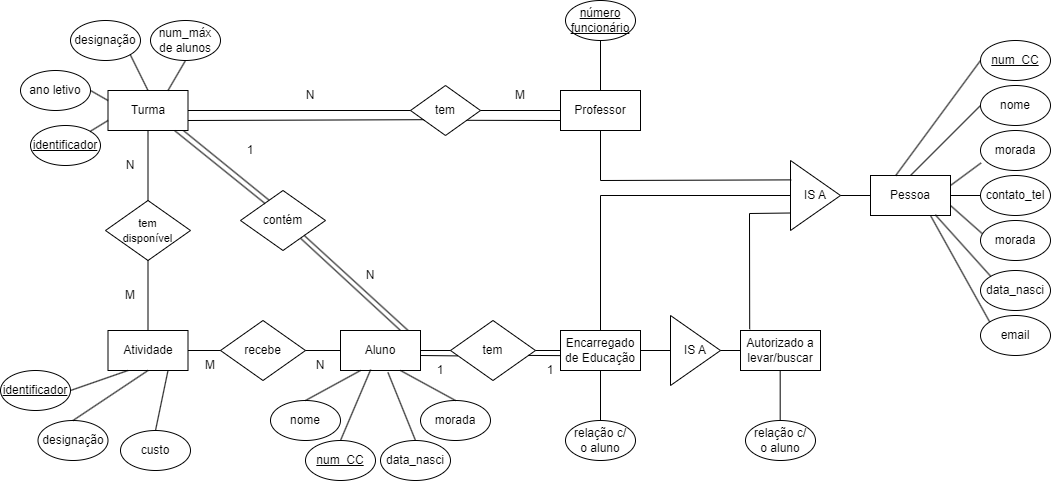
This is ex_2_4a.png from rtavares018/BD, a draw.io export, as it was before one commit. Source tidied: cells renumbered, new cells last; positions are measured from the earlier drawing's top-left corner, leaving out a move shared by most shapes. Source of this version:
```xml
<mxGraphModel>
  <root>
    <mxCell id="0" />
    <mxCell id="1" parent="0" />
    <mxCell id="2" value="Professor&lt;span style=&quot;white-space: pre;&quot;&gt;&#9;&lt;/span&gt;" style="rounded=0;whiteSpace=wrap;html=1;" parent="1" vertex="1">
      <mxGeometry x="560" y="90" width="80" height="40" as="geometry" />
    </mxCell>
    <mxCell id="3" value="Turma" style="rounded=0;whiteSpace=wrap;html=1;" parent="1" vertex="1">
      <mxGeometry x="107.5" y="90" width="80" height="40" as="geometry" />
    </mxCell>
    <mxCell id="4" value="tem" style="rhombus;whiteSpace=wrap;html=1;" parent="1" vertex="1">
      <mxGeometry x="410" y="85" width="70" height="50" as="geometry" />
    </mxCell>
    <mxCell id="5" style="endArrow=none;html=1;rounded=0;exitX=1;exitY=0.5;exitDx=0;exitDy=0;entryX=0;entryY=0.5;entryDx=0;entryDy=0;" parent="1" edge="1" source="3" target="4">
      <mxGeometry relative="1" as="geometry" />
    </mxCell>
    <mxCell id="6" style="endArrow=none;html=1;rounded=0;exitX=1;exitY=0.5;exitDx=0;exitDy=0;entryX=0;entryY=0.5;entryDx=0;entryDy=0;" parent="1" edge="1" source="4" target="2">
      <mxGeometry relative="1" as="geometry" />
    </mxCell>
    <mxCell id="7" value="N" style="text;html=1;align=center;verticalAlign=middle;whiteSpace=wrap;rounded=0;" parent="1" vertex="1">
      <mxGeometry x="280" y="80" width="60" height="30" as="geometry" />
    </mxCell>
    <mxCell id="8" value="M" style="text;html=1;align=center;verticalAlign=middle;whiteSpace=wrap;rounded=0;" parent="1" vertex="1">
      <mxGeometry x="490" y="80" width="60" height="30" as="geometry" />
    </mxCell>
    <mxCell id="9" style="endArrow=none;html=1;rounded=0;exitX=0.812;exitY=0.696;exitDx=0;exitDy=0;exitPerimeter=0;entryX=0;entryY=0.75;entryDx=0;entryDy=0;" parent="1" edge="1" source="4" target="2">
      <mxGeometry relative="1" as="geometry" />
    </mxCell>
    <mxCell id="10" value="Atividade" style="rounded=0;whiteSpace=wrap;html=1;" parent="1" vertex="1">
      <mxGeometry x="107.5" y="330" width="80" height="40" as="geometry" />
    </mxCell>
    <mxCell id="11" value="&lt;font style=&quot;font-size: 11px;&quot;&gt;tem &lt;br&gt;disponível&lt;/font&gt;" style="rhombus;whiteSpace=wrap;html=1;" parent="1" vertex="1">
      <mxGeometry x="105" y="200" width="85" height="60" as="geometry" />
    </mxCell>
    <mxCell id="12" style="endArrow=none;html=1;rounded=0;entryX=0.5;entryY=1;entryDx=0;entryDy=0;exitX=0.5;exitY=0;exitDx=0;exitDy=0;" parent="1" edge="1" source="11" target="3">
      <mxGeometry relative="1" as="geometry" />
    </mxCell>
    <mxCell id="13" style="endArrow=none;html=1;rounded=0;entryX=0.5;entryY=1;entryDx=0;entryDy=0;exitX=0.5;exitY=0;exitDx=0;exitDy=0;" parent="1" edge="1" source="10" target="11">
      <mxGeometry relative="1" as="geometry" />
    </mxCell>
    <mxCell id="14" value="Encarregado&lt;br&gt;de Educação" style="rounded=0;whiteSpace=wrap;html=1;" parent="1" vertex="1">
      <mxGeometry x="560" y="330" width="80" height="40" as="geometry" />
    </mxCell>
    <mxCell id="15" value="N" style="text;html=1;align=center;verticalAlign=middle;whiteSpace=wrap;rounded=0;" parent="1" vertex="1">
      <mxGeometry x="100" y="150" width="60" height="30" as="geometry" />
    </mxCell>
    <mxCell id="16" value="M" style="text;html=1;align=center;verticalAlign=middle;whiteSpace=wrap;rounded=0;" parent="1" vertex="1">
      <mxGeometry x="100" y="280" width="60" height="30" as="geometry" />
    </mxCell>
    <mxCell id="17" value="1" style="text;html=1;align=center;verticalAlign=middle;whiteSpace=wrap;rounded=0;" parent="1" vertex="1">
      <mxGeometry x="220" y="135" width="60" height="30" as="geometry" />
    </mxCell>
    <mxCell id="18" value="Aluno" style="rounded=0;whiteSpace=wrap;html=1;" parent="1" vertex="1">
      <mxGeometry x="340" y="330" width="80" height="40" as="geometry" />
    </mxCell>
    <mxCell id="19" value="recebe" style="rhombus;whiteSpace=wrap;html=1;" parent="1" vertex="1">
      <mxGeometry x="220" y="320" width="85" height="60" as="geometry" />
    </mxCell>
    <mxCell id="20" style="endArrow=none;html=1;rounded=0;exitX=1;exitY=0.5;exitDx=0;exitDy=0;entryX=0;entryY=0.5;entryDx=0;entryDy=0;" parent="1" edge="1" source="10" target="19">
      <mxGeometry relative="1" as="geometry" />
    </mxCell>
    <mxCell id="21" style="endArrow=none;html=1;rounded=0;exitX=1;exitY=0.5;exitDx=0;exitDy=0;entryX=0;entryY=0.5;entryDx=0;entryDy=0;" parent="1" edge="1" source="19" target="18">
      <mxGeometry relative="1" as="geometry" />
    </mxCell>
    <mxCell id="22" value="contém" style="rhombus;whiteSpace=wrap;html=1;" parent="1" vertex="1">
      <mxGeometry x="240" y="190" width="85" height="60" as="geometry" />
    </mxCell>
    <mxCell id="23" style="endArrow=none;html=1;rounded=0;exitX=0.947;exitY=1.008;exitDx=0;exitDy=0;exitPerimeter=0;entryX=0.338;entryY=0.163;entryDx=0;entryDy=0;entryPerimeter=0;" parent="1" edge="1" source="3" target="22">
      <mxGeometry relative="1" as="geometry" />
    </mxCell>
    <mxCell id="24" style="endArrow=none;html=1;rounded=0;exitX=1;exitY=1;exitDx=0;exitDy=0;entryX=0.84;entryY=-0.01;entryDx=0;entryDy=0;entryPerimeter=0;" parent="1" edge="1" source="22" target="18">
      <mxGeometry relative="1" as="geometry" />
    </mxCell>
    <mxCell id="25" value="M" style="text;html=1;align=center;verticalAlign=middle;whiteSpace=wrap;rounded=0;" parent="1" vertex="1">
      <mxGeometry x="180" y="350" width="60" height="30" as="geometry" />
    </mxCell>
    <mxCell id="26" value="N" style="text;html=1;align=center;verticalAlign=middle;whiteSpace=wrap;rounded=0;" parent="1" vertex="1">
      <mxGeometry x="290" y="350" width="60" height="30" as="geometry" />
    </mxCell>
    <mxCell id="27" value="tem" style="rhombus;whiteSpace=wrap;html=1;" parent="1" vertex="1">
      <mxGeometry x="450" y="320" width="85" height="60" as="geometry" />
    </mxCell>
    <mxCell id="28" style="endArrow=none;html=1;rounded=0;exitX=1;exitY=0.5;exitDx=0;exitDy=0;entryX=0;entryY=0.5;entryDx=0;entryDy=0;" parent="1" edge="1" source="18" target="27">
      <mxGeometry relative="1" as="geometry" />
    </mxCell>
    <mxCell id="29" style="endArrow=none;html=1;rounded=0;exitX=1;exitY=0.5;exitDx=0;exitDy=0;entryX=0;entryY=0.5;entryDx=0;entryDy=0;" parent="1" edge="1" source="27" target="14">
      <mxGeometry relative="1" as="geometry" />
    </mxCell>
    <mxCell id="30" value="Autorizado a levar/buscar" style="rounded=0;whiteSpace=wrap;html=1;" parent="1" vertex="1">
      <mxGeometry x="740" y="330" width="80" height="40" as="geometry" />
    </mxCell>
    <mxCell id="31" value="IS A" style="triangle;whiteSpace=wrap;html=1;" parent="1" vertex="1">
      <mxGeometry x="670" y="315" width="50" height="70" as="geometry" />
    </mxCell>
    <mxCell id="32" style="endArrow=none;html=1;rounded=0;exitX=1;exitY=0.5;exitDx=0;exitDy=0;entryX=0;entryY=0.5;entryDx=0;entryDy=0;" parent="1" edge="1" source="14" target="31">
      <mxGeometry relative="1" as="geometry" />
    </mxCell>
    <mxCell id="33" style="endArrow=none;html=1;rounded=0;exitX=1;exitY=0.5;exitDx=0;exitDy=0;entryX=0;entryY=0.5;entryDx=0;entryDy=0;" parent="1" edge="1" source="31" target="30">
      <mxGeometry relative="1" as="geometry" />
    </mxCell>
    <mxCell id="34" value="IS A" style="triangle;whiteSpace=wrap;html=1;" parent="1" vertex="1">
      <mxGeometry x="790" y="160" width="50" height="70" as="geometry" />
    </mxCell>
    <mxCell id="35" value="Pessoa" style="rounded=0;whiteSpace=wrap;html=1;" parent="1" vertex="1">
      <mxGeometry x="870" y="175" width="80" height="40" as="geometry" />
    </mxCell>
    <mxCell id="36" style="endArrow=none;html=1;rounded=0;entryX=0;entryY=0.5;entryDx=0;entryDy=0;exitX=1;exitY=0.5;exitDx=0;exitDy=0;" parent="1" edge="1" source="34" target="35">
      <mxGeometry relative="1" as="geometry" />
    </mxCell>
    <mxCell id="37" style="endArrow=none;html=1;rounded=0;entryX=0.5;entryY=1;entryDx=0;entryDy=0;exitX=0.014;exitY=0.277;exitDx=0;exitDy=0;exitPerimeter=0;" parent="1" edge="1" source="34" target="2">
      <mxGeometry relative="1" as="geometry">
        <Array as="points">
          <mxPoint x="600" y="180" />
        </Array>
      </mxGeometry>
    </mxCell>
    <mxCell id="38" style="endArrow=none;html=1;rounded=0;exitX=0.5;exitY=0;exitDx=0;exitDy=0;entryX=0;entryY=0.5;entryDx=0;entryDy=0;" parent="1" edge="1" source="14" target="34">
      <mxGeometry relative="1" as="geometry">
        <Array as="points">
          <mxPoint x="600" y="195" />
        </Array>
      </mxGeometry>
    </mxCell>
    <mxCell id="39" style="endArrow=none;html=1;rounded=0;exitX=0.115;exitY=-0.032;exitDx=0;exitDy=0;exitPerimeter=0;entryX=0;entryY=0.75;entryDx=0;entryDy=0;" parent="1" edge="1" source="30" target="34">
      <mxGeometry relative="1" as="geometry">
        <Array as="points">
          <mxPoint x="749" y="213" />
        </Array>
      </mxGeometry>
    </mxCell>
    <mxCell id="40" value="1" style="text;html=1;align=center;verticalAlign=middle;whiteSpace=wrap;rounded=0;" parent="1" vertex="1">
      <mxGeometry x="520" y="355" width="60" height="30" as="geometry" />
    </mxCell>
    <mxCell id="41" value="1" style="text;html=1;align=center;verticalAlign=middle;whiteSpace=wrap;rounded=0;" parent="1" vertex="1">
      <mxGeometry x="410" y="355" width="60" height="30" as="geometry" />
    </mxCell>
    <mxCell id="42" value="N" style="text;html=1;align=center;verticalAlign=middle;whiteSpace=wrap;rounded=0;" parent="1" vertex="1">
      <mxGeometry x="340" y="260" width="60" height="30" as="geometry" />
    </mxCell>
    <mxCell id="43" value="&lt;u&gt;num_CC&lt;/u&gt;" style="ellipse;whiteSpace=wrap;html=1;" parent="1" vertex="1">
      <mxGeometry x="980" y="40" width="70" height="40" as="geometry" />
    </mxCell>
    <mxCell id="44" value="nome" style="ellipse;whiteSpace=wrap;html=1;" parent="1" vertex="1">
      <mxGeometry x="980" y="85" width="70" height="40" as="geometry" />
    </mxCell>
    <mxCell id="45" value="morada" style="ellipse;whiteSpace=wrap;html=1;" parent="1" vertex="1">
      <mxGeometry x="980" y="130" width="70" height="40" as="geometry" />
    </mxCell>
    <mxCell id="46" value="contato_tel" style="ellipse;whiteSpace=wrap;html=1;" parent="1" vertex="1">
      <mxGeometry x="980" y="175" width="70" height="40" as="geometry" />
    </mxCell>
    <mxCell id="47" value="data_nasci" style="ellipse;whiteSpace=wrap;html=1;" parent="1" vertex="1">
      <mxGeometry x="980" y="270" width="70" height="40" as="geometry" />
    </mxCell>
    <mxCell id="48" value="morada" style="ellipse;whiteSpace=wrap;html=1;" parent="1" vertex="1">
      <mxGeometry x="980" y="220" width="70" height="40" as="geometry" />
    </mxCell>
    <mxCell id="49" value="email" style="ellipse;whiteSpace=wrap;html=1;" parent="1" vertex="1">
      <mxGeometry x="980" y="315" width="70" height="40" as="geometry" />
    </mxCell>
    <mxCell id="50" style="endArrow=none;html=1;rounded=0;entryX=0;entryY=0.5;entryDx=0;entryDy=0;exitX=0.314;exitY=0.004;exitDx=0;exitDy=0;exitPerimeter=0;" parent="1" edge="1" source="35" target="43">
      <mxGeometry relative="1" as="geometry" />
    </mxCell>
    <mxCell id="51" style="endArrow=none;html=1;rounded=0;entryX=0;entryY=0.5;entryDx=0;entryDy=0;exitX=0.5;exitY=0;exitDx=0;exitDy=0;" parent="1" edge="1" source="35" target="44">
      <mxGeometry relative="1" as="geometry" />
    </mxCell>
    <mxCell id="52" style="endArrow=none;html=1;rounded=0;entryX=0.008;entryY=0.811;entryDx=0;entryDy=0;exitX=1;exitY=0.25;exitDx=0;exitDy=0;entryPerimeter=0;" parent="1" edge="1" source="35" target="45">
      <mxGeometry relative="1" as="geometry" />
    </mxCell>
    <mxCell id="53" style="endArrow=none;html=1;rounded=0;entryX=0;entryY=0.5;entryDx=0;entryDy=0;exitX=1;exitY=0.5;exitDx=0;exitDy=0;" parent="1" edge="1" source="35" target="46">
      <mxGeometry relative="1" as="geometry" />
    </mxCell>
    <mxCell id="54" style="endArrow=none;html=1;rounded=0;entryX=0.026;entryY=0.33;entryDx=0;entryDy=0;exitX=1;exitY=0.75;exitDx=0;exitDy=0;entryPerimeter=0;" parent="1" edge="1" source="35" target="48">
      <mxGeometry relative="1" as="geometry" />
    </mxCell>
    <mxCell id="55" style="endArrow=none;html=1;rounded=0;entryX=0;entryY=0;entryDx=0;entryDy=0;exitX=0.81;exitY=0.982;exitDx=0;exitDy=0;exitPerimeter=0;" parent="1" edge="1" source="35" target="47">
      <mxGeometry relative="1" as="geometry" />
    </mxCell>
    <mxCell id="56" style="endArrow=none;html=1;rounded=0;exitX=0.75;exitY=1;exitDx=0;exitDy=0;entryX=0;entryY=0;entryDx=0;entryDy=0;" parent="1" edge="1" source="35" target="49">
      <mxGeometry relative="1" as="geometry" />
    </mxCell>
    <mxCell id="57" value="&lt;u&gt;número funcionário&lt;/u&gt;" style="ellipse;whiteSpace=wrap;html=1;" parent="1" vertex="1">
      <mxGeometry x="565" width="70" height="40" as="geometry" />
    </mxCell>
    <mxCell id="58" style="endArrow=none;html=1;rounded=0;entryX=0.5;entryY=1;entryDx=0;entryDy=0;exitX=0.5;exitY=0;exitDx=0;exitDy=0;" parent="1" edge="1" source="2" target="57">
      <mxGeometry relative="1" as="geometry" />
    </mxCell>
    <mxCell id="59" value="relação c/ &lt;br&gt;o aluno" style="ellipse;whiteSpace=wrap;html=1;" parent="1" vertex="1">
      <mxGeometry x="565" y="420" width="70" height="40" as="geometry" />
    </mxCell>
    <mxCell id="60" value="relação c/ &lt;br&gt;o aluno" style="ellipse;whiteSpace=wrap;html=1;" parent="1" vertex="1">
      <mxGeometry x="745" y="420" width="70" height="40" as="geometry" />
    </mxCell>
    <mxCell id="61" style="endArrow=none;html=1;rounded=0;entryX=0.5;entryY=1;entryDx=0;entryDy=0;" parent="1" edge="1" source="59" target="14">
      <mxGeometry relative="1" as="geometry" />
    </mxCell>
    <mxCell id="62" style="endArrow=none;html=1;rounded=0;entryX=0.5;entryY=1;entryDx=0;entryDy=0;" parent="1" edge="1">
      <mxGeometry relative="1" as="geometry">
        <mxPoint x="779.7" y="420" as="sourcePoint" />
        <mxPoint x="779.7" y="370" as="targetPoint" />
      </mxGeometry>
    </mxCell>
    <mxCell id="63" value="nome" style="ellipse;whiteSpace=wrap;html=1;" parent="1" vertex="1">
      <mxGeometry x="270" y="400" width="70" height="40" as="geometry" />
    </mxCell>
    <mxCell id="64" value="&lt;u&gt;num_CC&lt;/u&gt;" style="ellipse;whiteSpace=wrap;html=1;" parent="1" vertex="1">
      <mxGeometry x="305" y="440" width="70" height="40" as="geometry" />
    </mxCell>
    <mxCell id="65" value="data_nasci" style="ellipse;whiteSpace=wrap;html=1;" parent="1" vertex="1">
      <mxGeometry x="380" y="440" width="70" height="40" as="geometry" />
    </mxCell>
    <mxCell id="66" value="morada" style="ellipse;whiteSpace=wrap;html=1;" parent="1" vertex="1">
      <mxGeometry x="420" y="400" width="70" height="40" as="geometry" />
    </mxCell>
    <mxCell id="67" style="endArrow=none;html=1;rounded=0;entryX=0.25;entryY=1;entryDx=0;entryDy=0;exitX=0.5;exitY=0;exitDx=0;exitDy=0;" parent="1" edge="1" source="63" target="18">
      <mxGeometry relative="1" as="geometry" />
    </mxCell>
    <mxCell id="68" style="endArrow=none;html=1;rounded=0;exitX=0.5;exitY=0;exitDx=0;exitDy=0;entryX=0.377;entryY=0.978;entryDx=0;entryDy=0;entryPerimeter=0;" parent="1" edge="1" source="64" target="18">
      <mxGeometry relative="1" as="geometry" />
    </mxCell>
    <mxCell id="69" style="endArrow=none;html=1;rounded=0;exitX=0.5;exitY=0;exitDx=0;exitDy=0;entryX=0.593;entryY=1.047;entryDx=0;entryDy=0;entryPerimeter=0;" parent="1" edge="1" source="65" target="18">
      <mxGeometry relative="1" as="geometry" />
    </mxCell>
    <mxCell id="70" style="endArrow=none;html=1;rounded=0;exitX=0.5;exitY=0;exitDx=0;exitDy=0;entryX=0.75;entryY=1;entryDx=0;entryDy=0;" parent="1" edge="1" source="66" target="18">
      <mxGeometry relative="1" as="geometry" />
    </mxCell>
    <mxCell id="71" value="designação" style="ellipse;whiteSpace=wrap;html=1;" parent="1" vertex="1">
      <mxGeometry x="37.5" y="420" width="70" height="40" as="geometry" />
    </mxCell>
    <mxCell id="72" value="&lt;u&gt;identificador&lt;/u&gt;" style="ellipse;whiteSpace=wrap;html=1;" parent="1" vertex="1">
      <mxGeometry y="370" width="70" height="40" as="geometry" />
    </mxCell>
    <mxCell id="73" value="custo" style="ellipse;whiteSpace=wrap;html=1;" parent="1" vertex="1">
      <mxGeometry x="120" y="430" width="70" height="40" as="geometry" />
    </mxCell>
    <mxCell id="74" style="endArrow=none;html=1;rounded=0;entryX=0.25;entryY=1;entryDx=0;entryDy=0;exitX=1;exitY=0.5;exitDx=0;exitDy=0;" parent="1" edge="1" source="72" target="10">
      <mxGeometry relative="1" as="geometry" />
    </mxCell>
    <mxCell id="75" style="endArrow=none;html=1;rounded=0;entryX=0.5;entryY=1;entryDx=0;entryDy=0;exitX=0.5;exitY=0;exitDx=0;exitDy=0;" parent="1" edge="1" source="71" target="10">
      <mxGeometry relative="1" as="geometry" />
    </mxCell>
    <mxCell id="76" style="endArrow=none;html=1;rounded=0;entryX=0.75;entryY=1;entryDx=0;entryDy=0;exitX=0.5;exitY=0;exitDx=0;exitDy=0;" parent="1" edge="1" source="73" target="10">
      <mxGeometry relative="1" as="geometry" />
    </mxCell>
    <mxCell id="77" value="&lt;u&gt;identificador&lt;/u&gt;" style="ellipse;whiteSpace=wrap;html=1;" parent="1" vertex="1">
      <mxGeometry x="30" y="125" width="70" height="40" as="geometry" />
    </mxCell>
    <mxCell id="78" value="ano letivo" style="ellipse;whiteSpace=wrap;html=1;" parent="1" vertex="1">
      <mxGeometry x="20" y="70" width="70" height="40" as="geometry" />
    </mxCell>
    <mxCell id="79" value="designação" style="ellipse;whiteSpace=wrap;html=1;" parent="1" vertex="1">
      <mxGeometry x="70" y="20" width="70" height="40" as="geometry" />
    </mxCell>
    <mxCell id="80" value="num_máx de alunos" style="ellipse;whiteSpace=wrap;html=1;" parent="1" vertex="1">
      <mxGeometry x="150" y="20" width="70" height="40" as="geometry" />
    </mxCell>
    <mxCell id="81" style="endArrow=none;html=1;rounded=0;entryX=0.5;entryY=1;entryDx=0;entryDy=0;exitX=0.75;exitY=0;exitDx=0;exitDy=0;" parent="1" edge="1" source="3" target="80">
      <mxGeometry relative="1" as="geometry" />
    </mxCell>
    <mxCell id="82" style="endArrow=none;html=1;rounded=0;entryX=1;entryY=1;entryDx=0;entryDy=0;exitX=0.5;exitY=0;exitDx=0;exitDy=0;" parent="1" edge="1" source="3" target="79">
      <mxGeometry relative="1" as="geometry" />
    </mxCell>
    <mxCell id="83" style="endArrow=none;html=1;rounded=0;entryX=1;entryY=0.5;entryDx=0;entryDy=0;exitX=0;exitY=0.25;exitDx=0;exitDy=0;" parent="1" edge="1" source="3" target="78">
      <mxGeometry relative="1" as="geometry" />
    </mxCell>
    <mxCell id="84" style="endArrow=none;html=1;rounded=0;entryX=1;entryY=0;entryDx=0;entryDy=0;exitX=0;exitY=0.75;exitDx=0;exitDy=0;" parent="1" edge="1" source="3" target="77">
      <mxGeometry relative="1" as="geometry" />
    </mxCell>
    <mxCell id="85" style="endArrow=none;html=1;rounded=0;exitX=0.708;exitY=0.798;exitDx=0;exitDy=0;entryX=0.84;entryY=-0.01;entryDx=0;entryDy=0;entryPerimeter=0;exitPerimeter=0;" parent="1" edge="1" source="22">
      <mxGeometry relative="1" as="geometry">
        <mxPoint x="400" y="330" as="targetPoint" />
      </mxGeometry>
    </mxCell>
    <mxCell id="86" style="endArrow=none;html=1;rounded=0;exitX=0.834;exitY=1.004;exitDx=0;exitDy=0;exitPerimeter=0;entryX=0.288;entryY=0.216;entryDx=0;entryDy=0;entryPerimeter=0;" parent="1" edge="1" source="3" target="22">
      <mxGeometry relative="1" as="geometry" />
    </mxCell>
    <mxCell id="87" style="endArrow=none;html=1;rounded=0;exitX=1;exitY=0.5;exitDx=0;exitDy=0;entryX=0.193;entryY=0.684;entryDx=0;entryDy=0;entryPerimeter=0;" parent="1" edge="1" target="4">
      <mxGeometry relative="1" as="geometry">
        <mxPoint x="187.5" y="120" as="sourcePoint" />
      </mxGeometry>
    </mxCell>
    <mxCell id="88" style="endArrow=none;html=1;rounded=0;exitX=1;exitY=0.5;exitDx=0;exitDy=0;entryX=0.083;entryY=0.59;entryDx=0;entryDy=0;entryPerimeter=0;" parent="1" edge="1" target="27">
      <mxGeometry relative="1" as="geometry">
        <mxPoint x="420" y="355" as="sourcePoint" />
      </mxGeometry>
    </mxCell>
    <mxCell id="89" style="endArrow=none;html=1;rounded=0;exitX=0.917;exitY=0.582;exitDx=0;exitDy=0;entryX=0.67;entryY=0.004;entryDx=0;entryDy=0;entryPerimeter=0;exitPerimeter=0;" parent="1" edge="1" source="27" target="40">
      <mxGeometry relative="1" as="geometry" />
    </mxCell>
  </root>
</mxGraphModel>
```
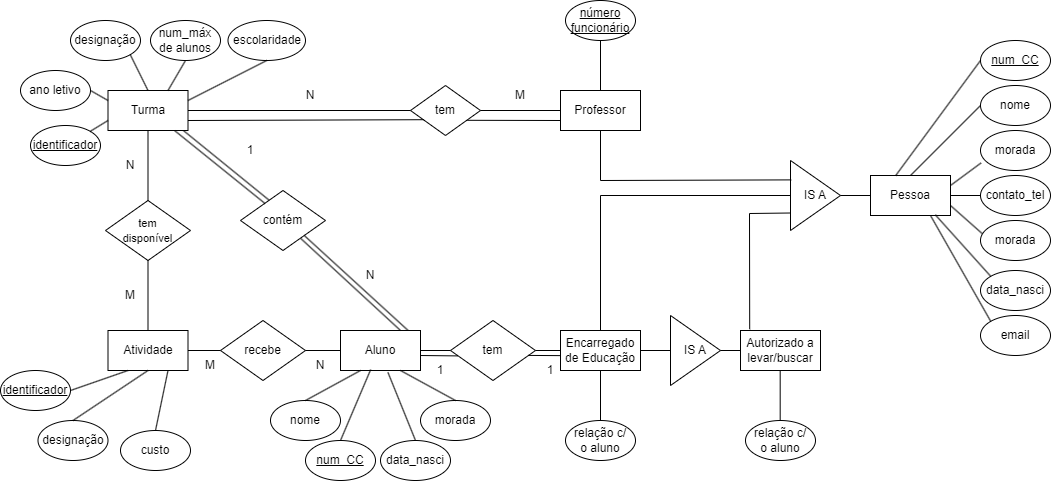
Above is the later version.

Diff of the diagram source:
```diff
@@ -287,5 +287,11 @@
     <mxCell id="89" style="endArrow=none;html=1;rounded=0;exitX=0.917;exitY=0.582;exitDx=0;exitDy=0;entryX=0.67;entryY=0.004;entryDx=0;entryDy=0;entryPerimeter=0;exitPerimeter=0;" parent="1" edge="1" source="27" target="40">
       <mxGeometry relative="1" as="geometry" />
     </mxCell>
+    <mxCell id="90" value="escolaridade" style="ellipse;whiteSpace=wrap;html=1;" parent="1" vertex="1">
+      <mxGeometry x="227.5" y="20" width="77.5" height="40" as="geometry" />
+    </mxCell>
+    <mxCell id="91" style="endArrow=none;html=1;rounded=0;entryX=0.5;entryY=1;entryDx=0;entryDy=0;exitX=1;exitY=0.25;exitDx=0;exitDy=0;" parent="1" edge="1" source="3" target="90">
+      <mxGeometry relative="1" as="geometry" />
+    </mxCell>
   </root>
 </mxGraphModel>
```
